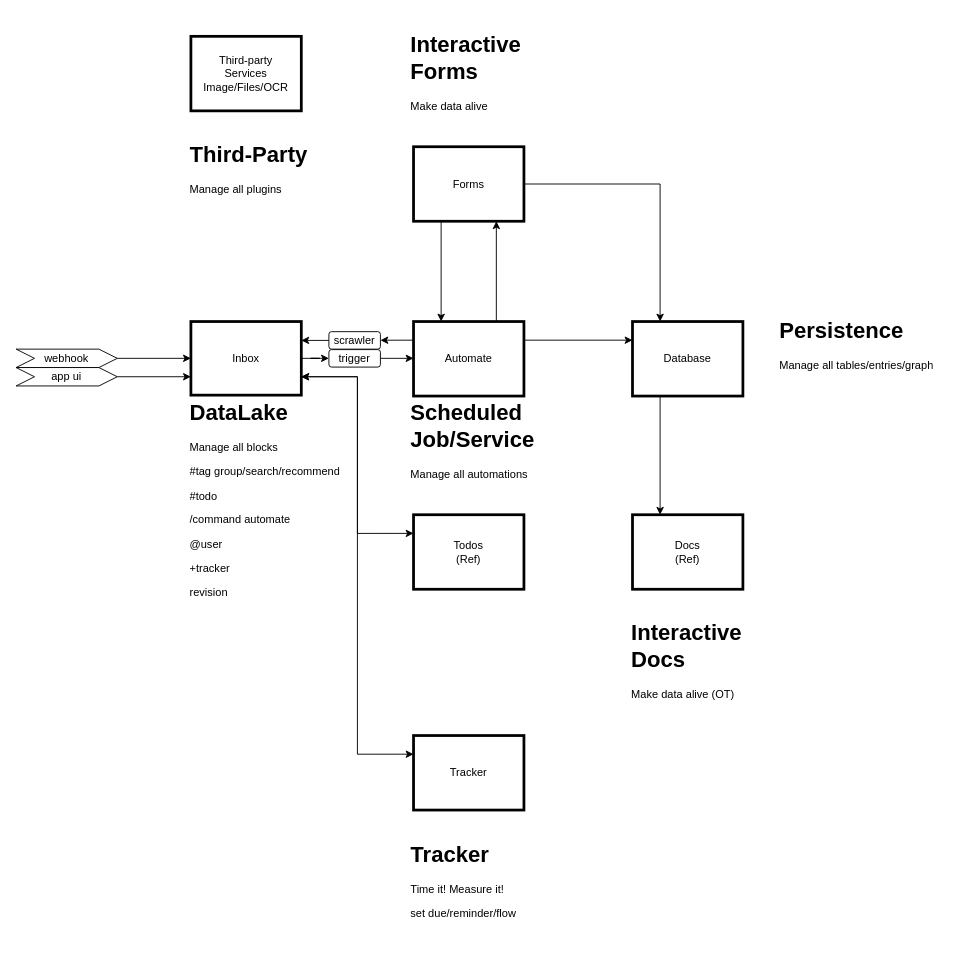
This is draws/product/chainmore.drawio from kleon1024/draw, a draw.io file, before an edit. Source tidied: cells renumbered, new cells numbered last; positions are measured from the earlier drawing's top-left corner, leaving out a move shared by most shapes. Both pictures are drawn from the tidied source at 92%, with x=0, y=0 at pixel (16, 27).
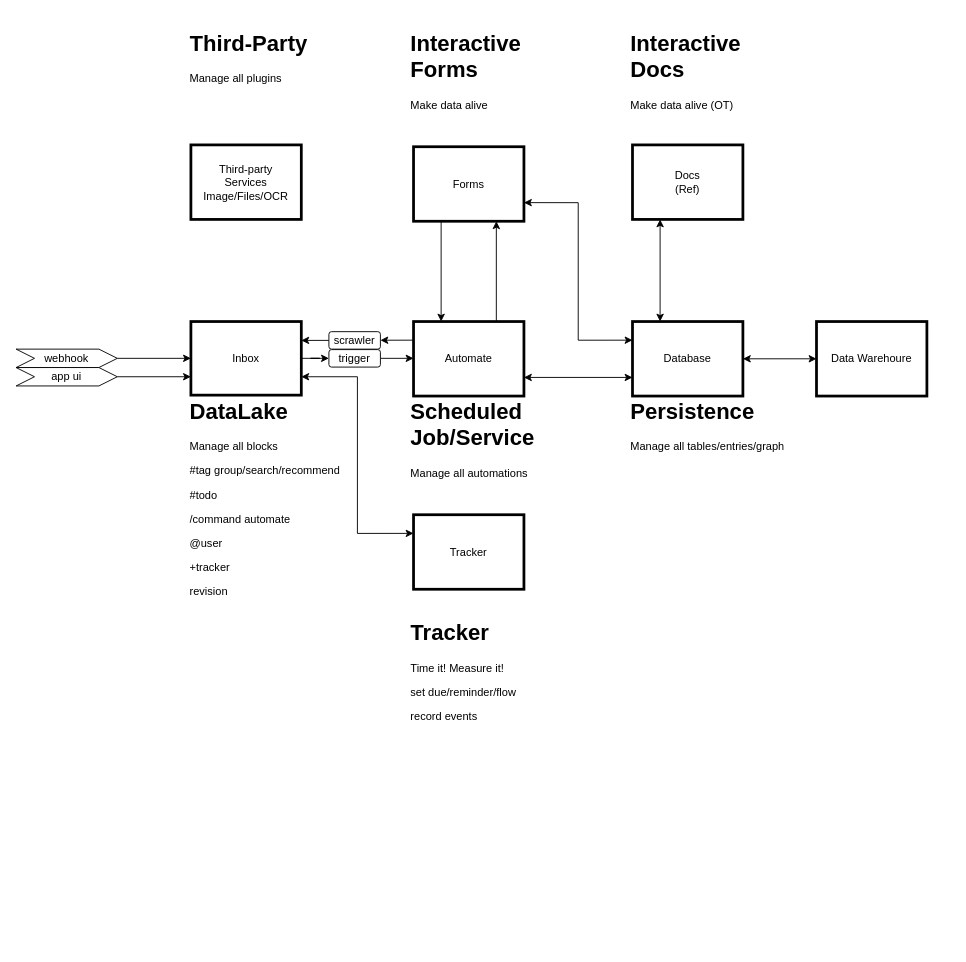
The same page after the edit.

Unchanged cells that the change refers to:
```xml
<mxCell id="4" value="Inbox" style="rounded=0;whiteSpace=wrap;html=1;strokeWidth=3;" parent="1" vertex="1">
  <mxGeometry x="190" y="320" width="120" height="80" as="geometry" />
</mxCell>
<mxCell id="13" value="Automate" style="rounded=0;whiteSpace=wrap;html=1;strokeWidth=3;" parent="1" vertex="1">
  <mxGeometry x="432" y="320" width="120" height="81" as="geometry" />
</mxCell>
<mxCell id="19" value="Database" style="rounded=0;whiteSpace=wrap;html=1;strokeWidth=3;" parent="1" vertex="1">
  <mxGeometry x="670" y="320" width="120" height="81" as="geometry" />
</mxCell>
<mxCell id="25" value="Forms" style="rounded=0;whiteSpace=wrap;html=1;strokeWidth=3;" parent="1" vertex="1">
  <mxGeometry x="432" y="130" width="120" height="81" as="geometry" />
</mxCell>
```

The edit, as a diff of the source:
```diff
@@
     <mxCell id="5" value="&lt;h1&gt;DataLake&lt;/h1&gt;&lt;p&gt;Manage all blocks&lt;/p&gt;&lt;p&gt;#tag group/search/recommend&lt;/p&gt;&lt;p&gt;#todo&lt;/p&gt;&lt;p&gt;/command automate&lt;/p&gt;&lt;p&gt;@user&lt;/p&gt;&lt;p&gt;+tracker&lt;/p&gt;&lt;p&gt;revision&lt;/p&gt;" style="text;html=1;strokeColor=none;fillColor=none;spacing=5;spacingTop=-20;whiteSpace=wrap;overflow=hidden;rounded=0;" parent="1" vertex="1">
-      <mxGeometry x="184" y="399" width="190" height="251" as="geometry" />
+      <mxGeometry x="184" y="398" width="190" height="251" as="geometry" />
     </mxCell>
@@
+    <mxCell id="12" style="edgeStyle=orthogonalEdgeStyle;rounded=0;jettySize=auto;html=1;exitX=0.75;exitY=0;exitDx=0;exitDy=0;entryX=0.75;entryY=1;entryDx=0;entryDy=0;" parent="1" edge="1" source="13" target="25">
+      <mxGeometry relative="1" as="geometry" />
+    </mxCell>
-    <mxCell id="11" style="edgeStyle=orthogonalEdgeStyle;rounded=0;jettySize=auto;html=1;exitX=1;exitY=0.25;exitDx=0;exitDy=0;entryX=0;entryY=0.25;entryDx=0;entryDy=0;" parent="1" edge="1" source="13" target="19">
+    <mxCell id="11" style="edgeStyle=orthogonalEdgeStyle;rounded=0;jettySize=auto;html=1;exitX=1;exitY=0.75;exitDx=0;exitDy=0;entryX=0;entryY=0.75;entryDx=0;entryDy=0;startArrow=classic;startFill=1;" parent="1" edge="1" source="13" target="19">
       <mxGeometry relative="1" as="geometry" />
     </mxCell>
-    <mxCell id="12" style="edgeStyle=orthogonalEdgeStyle;rounded=0;jettySize=auto;html=1;exitX=0.75;exitY=0;exitDx=0;exitDy=0;entryX=0.75;entryY=1;entryDx=0;entryDy=0;" parent="1" edge="1" source="13" target="25">
-      <mxGeometry relative="1" as="geometry" />
-    </mxCell>
@@
-    <mxCell id="18" style="edgeStyle=orthogonalEdgeStyle;rounded=0;jettySize=auto;html=1;exitX=0.25;exitY=1;exitDx=0;exitDy=0;entryX=0.25;entryY=0;entryDx=0;entryDy=0;" parent="1" edge="1" source="19" target="21">
-      <mxGeometry relative="1" as="geometry" />
-    </mxCell>
+    <mxCell id="34" style="edgeStyle=orthogonalEdgeStyle;rounded=0;jettySize=auto;html=1;exitX=1;exitY=0.5;exitDx=0;exitDy=0;startArrow=classic;startFill=1;" parent="1" edge="1" source="19" target="36">
+      <mxGeometry relative="1" as="geometry" />
+    </mxCell>
@@
     <mxCell id="20" value="&lt;h1&gt;Scheduled Job/Service&lt;/h1&gt;&lt;p&gt;Manage all automations&lt;/p&gt;" style="text;html=1;strokeColor=none;fillColor=none;spacing=5;spacingTop=-20;whiteSpace=wrap;overflow=hidden;rounded=0;" parent="1" vertex="1">
-      <mxGeometry x="424" y="400" width="190" height="120" as="geometry" />
+      <mxGeometry x="424" y="398" width="190" height="120" as="geometry" />
     </mxCell>
+    <mxCell id="35" style="edgeStyle=orthogonalEdgeStyle;rounded=0;jettySize=auto;html=1;exitX=0.25;exitY=1;exitDx=0;exitDy=0;entryX=0.25;entryY=0;entryDx=0;entryDy=0;startArrow=classic;startFill=1;" parent="1" edge="1" source="21" target="19">
+      <mxGeometry relative="1" as="geometry" />
+    </mxCell>
     <mxCell id="21" value="Docs&lt;br&gt;(Ref)" style="rounded=0;whiteSpace=wrap;html=1;strokeWidth=3;" parent="1" vertex="1">
-      <mxGeometry x="670" y="530" width="120" height="81" as="geometry" />
+      <mxGeometry x="670" y="128" width="120" height="81" as="geometry" />
     </mxCell>
     <mxCell id="22" value="&lt;h1&gt;Interactive Docs&lt;/h1&gt;&lt;p&gt;Make data alive (OT)&lt;/p&gt;" style="text;html=1;strokeColor=none;fillColor=none;spacing=5;spacingTop=-20;whiteSpace=wrap;overflow=hidden;rounded=0;" parent="1" vertex="1">
-      <mxGeometry x="664" y="639" width="190" height="120" as="geometry" />
+      <mxGeometry x="663" y="-2" width="190" height="120" as="geometry" />
     </mxCell>
@@
-    <mxCell id="24" style="edgeStyle=orthogonalEdgeStyle;rounded=0;jettySize=auto;html=1;exitX=1;exitY=0.5;exitDx=0;exitDy=0;entryX=0.25;entryY=0;entryDx=0;entryDy=0;" parent="1" edge="1" source="25" target="19">
+    <mxCell id="24" style="edgeStyle=orthogonalEdgeStyle;rounded=0;jettySize=auto;html=1;exitX=1;exitY=0.75;exitDx=0;exitDy=0;entryX=0;entryY=0.25;entryDx=0;entryDy=0;startArrow=classic;startFill=1;" parent="1" edge="1" source="25" target="19">
       <mxGeometry relative="1" as="geometry" />
     </mxCell>
@@
     <mxCell id="26" value="&lt;h1&gt;Interactive Forms&lt;/h1&gt;&lt;p&gt;Make data alive&lt;/p&gt;" style="text;html=1;strokeColor=none;fillColor=none;spacing=5;spacingTop=-20;whiteSpace=wrap;overflow=hidden;rounded=0;" parent="1" vertex="1">
-      <mxGeometry x="424" width="190" height="120" as="geometry" />
+      <mxGeometry x="424" y="-2" width="190" height="120" as="geometry" />
     </mxCell>
     <mxCell id="27" value="&lt;h1&gt;Persistence&lt;/h1&gt;&lt;p&gt;Manage all tables/entries/graph&lt;/p&gt;" style="text;html=1;strokeColor=none;fillColor=none;spacing=5;spacingTop=-20;whiteSpace=wrap;overflow=hidden;rounded=0;" parent="1" vertex="1">
-      <mxGeometry x="825" y="310" width="190" height="120" as="geometry" />
+      <mxGeometry x="663" y="398" width="190" height="120" as="geometry" />
     </mxCell>
     <mxCell id="28" value="Third-party&lt;br&gt;Services&lt;br&gt;Image/Files/OCR" style="rounded=0;whiteSpace=wrap;html=1;strokeWidth=3;" parent="1" vertex="1">
-      <mxGeometry x="190" y="10" width="120" height="81" as="geometry" />
+      <mxGeometry x="190" y="128" width="120" height="81" as="geometry" />
     </mxCell>
     <mxCell id="29" value="&lt;h1&gt;Third-Party&lt;/h1&gt;&lt;p&gt;Manage all plugins&lt;/p&gt;" style="text;html=1;strokeColor=none;fillColor=none;spacing=5;spacingTop=-20;whiteSpace=wrap;overflow=hidden;rounded=0;" parent="1" vertex="1">
-      <mxGeometry x="184" y="119" width="190" height="120" as="geometry" />
+      <mxGeometry x="184" y="-2" width="190" height="120" as="geometry" />
     </mxCell>
     <mxCell id="30" value="Tracker" style="rounded=0;whiteSpace=wrap;html=1;strokeWidth=3;" parent="1" vertex="1">
-      <mxGeometry x="432" y="770" width="120" height="81" as="geometry" />
+      <mxGeometry x="432" y="530" width="120" height="81" as="geometry" />
     </mxCell>
-    <mxCell id="31" value="&lt;h1&gt;Tracker&lt;/h1&gt;&lt;p&gt;Time it! Measure it!&lt;/p&gt;&lt;p&gt;set due/reminder/flow&lt;/p&gt;" style="text;html=1;strokeColor=none;fillColor=none;spacing=5;spacingTop=-20;whiteSpace=wrap;overflow=hidden;rounded=0;" parent="1" vertex="1">
-      <mxGeometry x="424" y="880" width="190" height="120" as="geometry" />
+    <mxCell id="31" value="&lt;h1&gt;Tracker&lt;/h1&gt;&lt;p&gt;Time it! Measure it!&lt;/p&gt;&lt;p&gt;set due/reminder/flow&lt;/p&gt;&lt;p&gt;record events&lt;/p&gt;" style="text;html=1;strokeColor=none;fillColor=none;spacing=5;spacingTop=-20;whiteSpace=wrap;overflow=hidden;rounded=0;" parent="1" vertex="1">
+      <mxGeometry x="424" y="639" width="190" height="120" as="geometry" />
     </mxCell>
-    <mxCell id="32" style="edgeStyle=orthogonalEdgeStyle;rounded=0;jettySize=auto;html=1;exitX=0;exitY=0.25;exitDx=0;exitDy=0;entryX=1;entryY=0.75;entryDx=0;entryDy=0;startArrow=classic;startFill=1;" parent="1" edge="1" source="33" target="4">
-      <mxGeometry relative="1" as="geometry" />
-    </mxCell>
-    <mxCell id="33" value="Todos&lt;br&gt;(Ref)" style="rounded=0;whiteSpace=wrap;html=1;strokeWidth=3;" parent="1" vertex="1">
-      <mxGeometry x="432" y="530" width="120" height="81" as="geometry" />
-    </mxCell>
+    <mxCell id="36" value="Data Warehoure" style="rounded=0;whiteSpace=wrap;html=1;strokeWidth=3;" parent="1" vertex="1">
+      <mxGeometry x="870" y="320" width="120" height="81" as="geometry" />
+    </mxCell>
```
